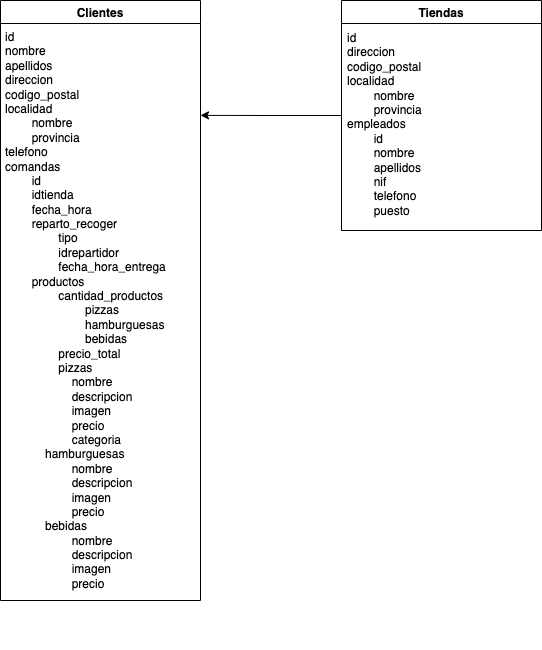
The draw.io diagram mongoDB-estructura/Nivell1/pizzeria_diagrama.png in eliashz/Sprint2-BasesDeDatos, before a commit. Source tidied: cells renumbered, new cells last; positions are measured from the earlier drawing's top-left corner, leaving out a move shared by most shapes. The source it was exported from:
```xml
<mxGraphModel>
  <root>
    <mxCell id="0" />
    <mxCell id="1" parent="0" />
    <mxCell id="2" value="Clientes" style="swimlane;" parent="1" vertex="1">
      <mxGeometry width="200" height="600" as="geometry" />
    </mxCell>
    <mxCell id="3" value="id&lt;br&gt;nombre&lt;br&gt;apellidos&lt;br&gt;direccion&lt;br&gt;codigo_postal&lt;br&gt;localidad&lt;br&gt;&lt;span style=&quot;white-space: pre;&quot;&gt;&#9;&lt;/span&gt;nombre&lt;br&gt;&lt;span style=&quot;white-space: pre;&quot;&gt;&#9;&lt;/span&gt;provincia&lt;br&gt;telefono&lt;br&gt;comandas&lt;br&gt;&lt;span style=&quot;white-space: pre;&quot;&gt;&#9;&lt;/span&gt;id&lt;br&gt;&lt;span style=&quot;white-space: pre;&quot;&gt;&#9;&lt;/span&gt;idtienda&lt;br&gt;&lt;span style=&quot;white-space: pre;&quot;&gt;&#9;&lt;/span&gt;fecha_hora&lt;br&gt;&lt;span style=&quot;white-space: pre;&quot;&gt;&#9;&lt;/span&gt;reparto_recoger&lt;br&gt;&lt;span style=&quot;white-space: pre;&quot;&gt;&#9;&lt;span style=&quot;white-space: pre;&quot;&gt;&#9;&lt;/span&gt;t&lt;/span&gt;ipo&lt;br&gt;&lt;span style=&quot;white-space: pre;&quot;&gt;&#9;&lt;/span&gt;&lt;span style=&quot;white-space: pre;&quot;&gt;&#9;&lt;/span&gt;idrepartidor&lt;br&gt;&lt;span style=&quot;white-space: pre;&quot;&gt;&#9;&lt;/span&gt;&lt;span style=&quot;white-space: pre;&quot;&gt;&#9;&lt;/span&gt;fecha_hora_entrega&lt;br&gt;&lt;span style=&quot;background-color: initial;&quot;&gt;&lt;span style=&quot;white-space: pre;&quot;&gt;&#9;&lt;/span&gt;productos&lt;br&gt;&lt;/span&gt;&lt;span style=&quot;background-color: initial;&quot;&gt;&lt;span style=&quot;white-space: pre;&quot;&gt;&#9;&lt;/span&gt;&lt;span style=&quot;white-space: pre;&quot;&gt;&#9;&lt;/span&gt;cantidad_productos&lt;br&gt;&lt;span style=&quot;white-space: pre;&quot;&gt;&#9;&lt;/span&gt;&lt;span style=&quot;white-space: pre;&quot;&gt;&#9;&lt;/span&gt;&lt;span style=&quot;white-space: pre;&quot;&gt;&#9;&lt;/span&gt;pizzas&lt;br&gt;&lt;span style=&quot;white-space: pre;&quot;&gt;&#9;&lt;/span&gt;&lt;span style=&quot;white-space: pre;&quot;&gt;&#9;&lt;/span&gt;&lt;span style=&quot;white-space: pre;&quot;&gt;&#9;&lt;/span&gt;hamburguesas&lt;br&gt;&lt;span style=&quot;white-space: pre;&quot;&gt;&#9;&lt;/span&gt;&lt;span style=&quot;white-space: pre;&quot;&gt;&#9;&lt;/span&gt;&lt;span style=&quot;white-space: pre;&quot;&gt;&#9;&lt;/span&gt;bebidas&lt;br&gt;&lt;span style=&quot;white-space: pre;&quot;&gt;&#9;&lt;/span&gt;&lt;span style=&quot;white-space: pre;&quot;&gt;&#9;&lt;/span&gt;precio_total&lt;br&gt;&lt;span style=&quot;white-space: pre;&quot;&gt;&#9;&lt;span style=&quot;white-space: pre;&quot;&gt;&#9;&lt;/span&gt;&lt;/span&gt;pizzas&lt;/span&gt;&lt;span style=&quot;background-color: initial;&quot;&gt;&lt;br&gt;&lt;/span&gt;&lt;blockquote style=&quot;margin: 0 0 0 40px; border: none; padding: 0px;&quot;&gt;&lt;span style=&quot;white-space: pre;&quot;&gt;&#9;n&lt;/span&gt;ombre&lt;/blockquote&gt;&lt;blockquote style=&quot;margin: 0 0 0 40px; border: none; padding: 0px;&quot;&gt;&lt;span style=&quot;white-space: pre;&quot;&gt;&#9;&lt;/span&gt;descripcion&lt;br&gt;&lt;/blockquote&gt;&lt;blockquote style=&quot;margin: 0 0 0 40px; border: none; padding: 0px;&quot;&gt;&lt;span style=&quot;white-space: pre;&quot;&gt;&#9;&lt;/span&gt;imagen&lt;/blockquote&gt;&lt;blockquote style=&quot;margin: 0 0 0 40px; border: none; padding: 0px;&quot;&gt;&lt;span style=&quot;background-color: initial; white-space: pre;&quot;&gt;&#9;&lt;/span&gt;&lt;span style=&quot;background-color: initial;&quot;&gt;precio&lt;/span&gt;&lt;/blockquote&gt;&lt;blockquote style=&quot;margin: 0 0 0 40px; border: none; padding: 0px;&quot;&gt;&lt;span style=&quot;white-space: pre;&quot;&gt;&#9;&lt;/span&gt;categoria&lt;br&gt;&lt;/blockquote&gt;&lt;blockquote style=&quot;margin: 0 0 0 40px; border: none; padding: 0px;&quot;&gt;hamburguesas&lt;/blockquote&gt;&lt;blockquote style=&quot;margin: 0 0 0 40px; border: none; padding: 0px;&quot;&gt;&lt;span style=&quot;white-space: pre;&quot;&gt;&#9;&lt;/span&gt;nombre&lt;br&gt;&lt;/blockquote&gt;&lt;blockquote style=&quot;margin: 0 0 0 40px; border: none; padding: 0px;&quot;&gt;&lt;span style=&quot;white-space: pre;&quot;&gt;&#9;&lt;/span&gt;descripcion&lt;br&gt;&lt;/blockquote&gt;&lt;blockquote style=&quot;margin: 0 0 0 40px; border: none; padding: 0px;&quot;&gt;&lt;span style=&quot;white-space: pre;&quot;&gt;&#9;&lt;/span&gt;imagen&lt;br&gt;&lt;/blockquote&gt;&lt;blockquote style=&quot;margin: 0 0 0 40px; border: none; padding: 0px;&quot;&gt;&lt;span style=&quot;white-space: pre;&quot;&gt;&#9;&lt;/span&gt;precio&lt;br&gt;&lt;/blockquote&gt;&lt;blockquote style=&quot;margin: 0 0 0 40px; border: none; padding: 0px;&quot;&gt;bebidas&lt;/blockquote&gt;&lt;blockquote style=&quot;margin: 0 0 0 40px; border: none; padding: 0px;&quot;&gt;&lt;span style=&quot;white-space: pre;&quot;&gt;&#9;&lt;/span&gt;nombre&lt;/blockquote&gt;&lt;blockquote style=&quot;margin: 0 0 0 40px; border: none; padding: 0px;&quot;&gt;&lt;span style=&quot;white-space: pre;&quot;&gt;&#9;&lt;/span&gt;descripcion&lt;/blockquote&gt;&lt;blockquote style=&quot;margin: 0 0 0 40px; border: none; padding: 0px;&quot;&gt;&lt;span style=&quot;white-space: pre;&quot;&gt;&#9;&lt;/span&gt;imagen&lt;/blockquote&gt;&lt;blockquote style=&quot;margin: 0 0 0 40px; border: none; padding: 0px;&quot;&gt;&lt;span style=&quot;white-space: pre;&quot;&gt;&#9;&lt;/span&gt;precio&lt;br&gt;&lt;br&gt;&lt;/blockquote&gt;&lt;span style=&quot;white-space: pre;&quot;&gt;&lt;span style=&quot;white-space: pre;&quot;&gt;&#9;&lt;/span&gt;&#9;&lt;/span&gt;&lt;span style=&quot;white-space: pre;&quot;&gt;&#9;&lt;/span&gt;&lt;br&gt;&lt;span style=&quot;white-space: pre;&quot;&gt;&#9;&lt;/span&gt;&lt;br&gt;&lt;span style=&quot;white-space: pre;&quot;&gt;&#9;&lt;/span&gt;" style="text;html=1;strokeColor=none;fillColor=none;align=left;verticalAlign=top;whiteSpace=wrap;rounded=0;" parent="1" vertex="1">
      <mxGeometry x="3" y="23" width="200" height="476" as="geometry" />
    </mxCell>
    <mxCell id="4" style="edgeStyle=orthogonalEdgeStyle;rounded=0;jettySize=auto;html=1;entryX=1;entryY=0.193;entryDx=0;entryDy=0;entryPerimeter=0;" parent="1" edge="1" source="5">
      <mxGeometry relative="1" as="geometry">
        <mxPoint x="200" y="114.9" as="targetPoint" />
      </mxGeometry>
    </mxCell>
    <mxCell id="5" value="Tiendas" style="swimlane;" parent="1" vertex="1">
      <mxGeometry x="341" width="200" height="230" as="geometry" />
    </mxCell>
    <mxCell id="6" value="id&lt;br&gt;direccion&lt;br&gt;codigo_postal&lt;br&gt;localidad&lt;br&gt;&lt;span style=&quot;white-space: pre;&quot;&gt;&#9;&lt;/span&gt;nombre&lt;br&gt;&lt;span style=&quot;white-space: pre;&quot;&gt;&#9;&lt;/span&gt;provincia&lt;br&gt;empleados&lt;br&gt;&lt;span style=&quot;white-space: pre;&quot;&gt;&#9;&lt;/span&gt;id&lt;br&gt;&lt;span style=&quot;white-space: pre;&quot;&gt;&#9;&lt;/span&gt;nombre&lt;br&gt;&lt;span style=&quot;white-space: pre;&quot;&gt;&#9;&lt;/span&gt;apellidos&lt;br&gt;&lt;span style=&quot;white-space: pre;&quot;&gt;&#9;&lt;/span&gt;nif&lt;br&gt;&lt;span style=&quot;white-space: pre;&quot;&gt;&#9;&lt;/span&gt;telefono&lt;br&gt;&lt;span style=&quot;white-space: pre;&quot;&gt;&#9;&lt;/span&gt;puesto" style="text;html=1;strokeColor=none;fillColor=none;align=left;verticalAlign=top;whiteSpace=wrap;rounded=0;" parent="5" vertex="1">
      <mxGeometry x="4" y="24" width="196" height="206" as="geometry" />
    </mxCell>
  </root>
</mxGraphModel>
```
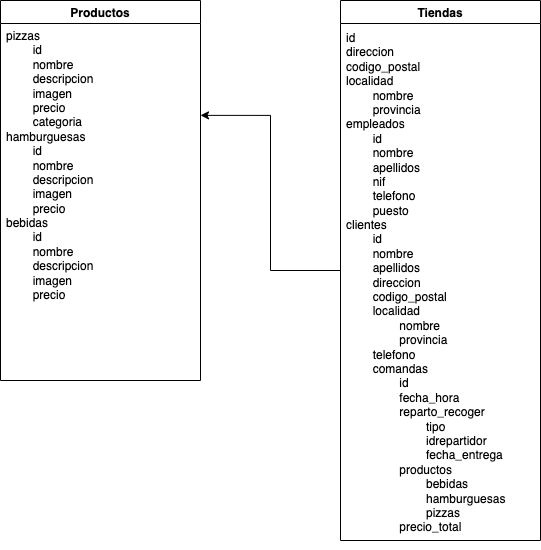
Later version of the same file.

Commit message:
pizzeria mongodb v2

Diff of the diagram source:
```diff
@@ -2,11 +2,11 @@
   <root>
     <mxCell id="0" />
     <mxCell id="1" parent="0" />
-    <mxCell id="2" value="Clientes" style="swimlane;" parent="1" vertex="1">
-      <mxGeometry width="200" height="600" as="geometry" />
+    <mxCell id="2" value="Productos" style="swimlane;" parent="1" vertex="1">
+      <mxGeometry width="200" height="380" as="geometry" />
     </mxCell>
-    <mxCell id="3" value="id&lt;br&gt;nombre&lt;br&gt;apellidos&lt;br&gt;direccion&lt;br&gt;codigo_postal&lt;br&gt;localidad&lt;br&gt;&lt;span style=&quot;white-space: pre;&quot;&gt;&#9;&lt;/span&gt;nombre&lt;br&gt;&lt;span style=&quot;white-space: pre;&quot;&gt;&#9;&lt;/span&gt;provincia&lt;br&gt;telefono&lt;br&gt;comandas&lt;br&gt;&lt;span style=&quot;white-space: pre;&quot;&gt;&#9;&lt;/span&gt;id&lt;br&gt;&lt;span style=&quot;white-space: pre;&quot;&gt;&#9;&lt;/span&gt;idtienda&lt;br&gt;&lt;span style=&quot;white-space: pre;&quot;&gt;&#9;&lt;/span&gt;fecha_hora&lt;br&gt;&lt;span style=&quot;white-space: pre;&quot;&gt;&#9;&lt;/span&gt;reparto_recoger&lt;br&gt;&lt;span style=&quot;white-space: pre;&quot;&gt;&#9;&lt;span style=&quot;white-space: pre;&quot;&gt;&#9;&lt;/span&gt;t&lt;/span&gt;ipo&lt;br&gt;&lt;span style=&quot;white-space: pre;&quot;&gt;&#9;&lt;/span&gt;&lt;span style=&quot;white-space: pre;&quot;&gt;&#9;&lt;/span&gt;idrepartidor&lt;br&gt;&lt;span style=&quot;white-space: pre;&quot;&gt;&#9;&lt;/span&gt;&lt;span style=&quot;white-space: pre;&quot;&gt;&#9;&lt;/span&gt;fecha_hora_entrega&lt;br&gt;&lt;span style=&quot;background-color: initial;&quot;&gt;&lt;span style=&quot;white-space: pre;&quot;&gt;&#9;&lt;/span&gt;productos&lt;br&gt;&lt;/span&gt;&lt;span style=&quot;background-color: initial;&quot;&gt;&lt;span style=&quot;white-space: pre;&quot;&gt;&#9;&lt;/span&gt;&lt;span style=&quot;white-space: pre;&quot;&gt;&#9;&lt;/span&gt;cantidad_productos&lt;br&gt;&lt;span style=&quot;white-space: pre;&quot;&gt;&#9;&lt;/span&gt;&lt;span style=&quot;white-space: pre;&quot;&gt;&#9;&lt;/span&gt;&lt;span style=&quot;white-space: pre;&quot;&gt;&#9;&lt;/span&gt;pizzas&lt;br&gt;&lt;span style=&quot;white-space: pre;&quot;&gt;&#9;&lt;/span&gt;&lt;span style=&quot;white-space: pre;&quot;&gt;&#9;&lt;/span&gt;&lt;span style=&quot;white-space: pre;&quot;&gt;&#9;&lt;/span&gt;hamburguesas&lt;br&gt;&lt;span style=&quot;white-space: pre;&quot;&gt;&#9;&lt;/span&gt;&lt;span style=&quot;white-space: pre;&quot;&gt;&#9;&lt;/span&gt;&lt;span style=&quot;white-space: pre;&quot;&gt;&#9;&lt;/span&gt;bebidas&lt;br&gt;&lt;span style=&quot;white-space: pre;&quot;&gt;&#9;&lt;/span&gt;&lt;span style=&quot;white-space: pre;&quot;&gt;&#9;&lt;/span&gt;precio_total&lt;br&gt;&lt;span style=&quot;white-space: pre;&quot;&gt;&#9;&lt;span style=&quot;white-space: pre;&quot;&gt;&#9;&lt;/span&gt;&lt;/span&gt;pizzas&lt;/span&gt;&lt;span style=&quot;background-color: initial;&quot;&gt;&lt;br&gt;&lt;/span&gt;&lt;blockquote style=&quot;margin: 0 0 0 40px; border: none; padding: 0px;&quot;&gt;&lt;span style=&quot;white-space: pre;&quot;&gt;&#9;n&lt;/span&gt;ombre&lt;/blockquote&gt;&lt;blockquote style=&quot;margin: 0 0 0 40px; border: none; padding: 0px;&quot;&gt;&lt;span style=&quot;white-space: pre;&quot;&gt;&#9;&lt;/span&gt;descripcion&lt;br&gt;&lt;/blockquote&gt;&lt;blockquote style=&quot;margin: 0 0 0 40px; border: none; padding: 0px;&quot;&gt;&lt;span style=&quot;white-space: pre;&quot;&gt;&#9;&lt;/span&gt;imagen&lt;/blockquote&gt;&lt;blockquote style=&quot;margin: 0 0 0 40px; border: none; padding: 0px;&quot;&gt;&lt;span style=&quot;background-color: initial; white-space: pre;&quot;&gt;&#9;&lt;/span&gt;&lt;span style=&quot;background-color: initial;&quot;&gt;precio&lt;/span&gt;&lt;/blockquote&gt;&lt;blockquote style=&quot;margin: 0 0 0 40px; border: none; padding: 0px;&quot;&gt;&lt;span style=&quot;white-space: pre;&quot;&gt;&#9;&lt;/span&gt;categoria&lt;br&gt;&lt;/blockquote&gt;&lt;blockquote style=&quot;margin: 0 0 0 40px; border: none; padding: 0px;&quot;&gt;hamburguesas&lt;/blockquote&gt;&lt;blockquote style=&quot;margin: 0 0 0 40px; border: none; padding: 0px;&quot;&gt;&lt;span style=&quot;white-space: pre;&quot;&gt;&#9;&lt;/span&gt;nombre&lt;br&gt;&lt;/blockquote&gt;&lt;blockquote style=&quot;margin: 0 0 0 40px; border: none; padding: 0px;&quot;&gt;&lt;span style=&quot;white-space: pre;&quot;&gt;&#9;&lt;/span&gt;descripcion&lt;br&gt;&lt;/blockquote&gt;&lt;blockquote style=&quot;margin: 0 0 0 40px; border: none; padding: 0px;&quot;&gt;&lt;span style=&quot;white-space: pre;&quot;&gt;&#9;&lt;/span&gt;imagen&lt;br&gt;&lt;/blockquote&gt;&lt;blockquote style=&quot;margin: 0 0 0 40px; border: none; padding: 0px;&quot;&gt;&lt;span style=&quot;white-space: pre;&quot;&gt;&#9;&lt;/span&gt;precio&lt;br&gt;&lt;/blockquote&gt;&lt;blockquote style=&quot;margin: 0 0 0 40px; border: none; padding: 0px;&quot;&gt;bebidas&lt;/blockquote&gt;&lt;blockquote style=&quot;margin: 0 0 0 40px; border: none; padding: 0px;&quot;&gt;&lt;span style=&quot;white-space: pre;&quot;&gt;&#9;&lt;/span&gt;nombre&lt;/blockquote&gt;&lt;blockquote style=&quot;margin: 0 0 0 40px; border: none; padding: 0px;&quot;&gt;&lt;span style=&quot;white-space: pre;&quot;&gt;&#9;&lt;/span&gt;descripcion&lt;/blockquote&gt;&lt;blockquote style=&quot;margin: 0 0 0 40px; border: none; padding: 0px;&quot;&gt;&lt;span style=&quot;white-space: pre;&quot;&gt;&#9;&lt;/span&gt;imagen&lt;/blockquote&gt;&lt;blockquote style=&quot;margin: 0 0 0 40px; border: none; padding: 0px;&quot;&gt;&lt;span style=&quot;white-space: pre;&quot;&gt;&#9;&lt;/span&gt;precio&lt;br&gt;&lt;br&gt;&lt;/blockquote&gt;&lt;span style=&quot;white-space: pre;&quot;&gt;&lt;span style=&quot;white-space: pre;&quot;&gt;&#9;&lt;/span&gt;&#9;&lt;/span&gt;&lt;span style=&quot;white-space: pre;&quot;&gt;&#9;&lt;/span&gt;&lt;br&gt;&lt;span style=&quot;white-space: pre;&quot;&gt;&#9;&lt;/span&gt;&lt;br&gt;&lt;span style=&quot;white-space: pre;&quot;&gt;&#9;&lt;/span&gt;" style="text;html=1;strokeColor=none;fillColor=none;align=left;verticalAlign=top;whiteSpace=wrap;rounded=0;" parent="1" vertex="1">
-      <mxGeometry x="3" y="23" width="200" height="476" as="geometry" />
+    <mxCell id="3" value="&lt;span style=&quot;background-color: initial;&quot;&gt;pizzas&lt;br&gt;&lt;/span&gt;&lt;span style=&quot;background-color: initial;&quot;&gt;&lt;span style=&quot;white-space: pre;&quot;&gt;&#9;&lt;/span&gt;id&lt;br&gt;&lt;/span&gt;&lt;span style=&quot;white-space: pre;&quot;&gt;&#9;n&lt;/span&gt;ombre&lt;br&gt;&lt;span style=&quot;white-space: pre;&quot;&gt;&#9;&lt;/span&gt;descripcion&lt;br&gt;&lt;blockquote style=&quot;margin: 0 0 0 40px; border: none; padding: 0px;&quot;&gt;&lt;/blockquote&gt;&lt;span style=&quot;background-color: initial; white-space: pre;&quot;&gt;&#9;&lt;/span&gt;&lt;span style=&quot;background-color: initial;&quot;&gt;imagen&lt;br&gt;&lt;/span&gt;&lt;span style=&quot;background-color: initial; white-space: pre;&quot;&gt;&#9;&lt;/span&gt;&lt;span style=&quot;background-color: initial;&quot;&gt;precio&lt;br&gt;&lt;/span&gt;&lt;span style=&quot;white-space: pre;&quot;&gt;&#9;&lt;/span&gt;categoria&lt;br&gt;&lt;span style=&quot;background-color: initial;&quot;&gt;hamburguesas&lt;br&gt;&lt;/span&gt;&lt;span style=&quot;white-space: pre;&quot;&gt;&#9;&lt;/span&gt;id&lt;br&gt;&lt;span style=&quot;white-space: pre;&quot;&gt;&#9;&lt;/span&gt;nombre&lt;br&gt;&lt;blockquote style=&quot;margin: 0 0 0 40px; border: none; padding: 0px;&quot;&gt;&lt;/blockquote&gt;&lt;span style=&quot;background-color: initial; white-space: pre;&quot;&gt;&#9;&lt;/span&gt;&lt;span style=&quot;background-color: initial;&quot;&gt;descripcion&lt;br&gt;&lt;/span&gt;&lt;span style=&quot;white-space: pre;&quot;&gt;&#9;&lt;/span&gt;imagen&lt;br&gt;&lt;blockquote style=&quot;margin: 0 0 0 40px; border: none; padding: 0px;&quot;&gt;&lt;/blockquote&gt;&lt;span style=&quot;background-color: initial; white-space: pre;&quot;&gt;&#9;&lt;/span&gt;&lt;span style=&quot;background-color: initial;&quot;&gt;precio&lt;br&gt;&lt;/span&gt;bebidas&lt;br&gt;&lt;span style=&quot;white-space: pre;&quot;&gt;&lt;span style=&quot;white-space: pre;&quot;&gt;&lt;span style=&quot;white-space: pre;&quot;&gt;&#9;&lt;/span&gt;id&#9;&lt;/span&gt;&lt;br/&gt;&#9;&lt;/span&gt;nombre&lt;br&gt;&lt;span style=&quot;white-space: pre;&quot;&gt;&#9;&lt;/span&gt;descripcion&lt;br&gt;&lt;span style=&quot;white-space: pre;&quot;&gt;&#9;&lt;/span&gt;imagen&lt;blockquote style=&quot;margin: 0 0 0 40px; border: none; padding: 0px;&quot;&gt;&lt;/blockquote&gt;&lt;span style=&quot;background-color: initial; white-space: pre;&quot;&gt;&#9;&lt;/span&gt;&lt;span style=&quot;background-color: initial;&quot;&gt;precio&lt;/span&gt;&lt;br&gt;&lt;blockquote style=&quot;margin: 0 0 0 40px; border: none; padding: 0px;&quot;&gt;&lt;br&gt;&lt;/blockquote&gt;&lt;span style=&quot;white-space: pre;&quot;&gt;&lt;span style=&quot;white-space: pre;&quot;&gt;&#9;&lt;/span&gt;&#9;&lt;/span&gt;&lt;span style=&quot;white-space: pre;&quot;&gt;&#9;&lt;/span&gt;&lt;br&gt;&lt;span style=&quot;white-space: pre;&quot;&gt;&#9;&lt;/span&gt;&lt;br&gt;&lt;span style=&quot;white-space: pre;&quot;&gt;&#9;&lt;/span&gt;" style="text;html=1;strokeColor=none;fillColor=none;align=left;verticalAlign=top;whiteSpace=wrap;rounded=0;" parent="1" vertex="1">
+      <mxGeometry x="4" y="22" width="200" height="258" as="geometry" />
     </mxCell>
     <mxCell id="4" style="edgeStyle=orthogonalEdgeStyle;rounded=0;jettySize=auto;html=1;entryX=1;entryY=0.193;entryDx=0;entryDy=0;entryPerimeter=0;" parent="1" edge="1" source="5">
       <mxGeometry relative="1" as="geometry">
@@ -14,10 +14,10 @@
       </mxGeometry>
     </mxCell>
     <mxCell id="5" value="Tiendas" style="swimlane;" parent="1" vertex="1">
-      <mxGeometry x="341" width="200" height="230" as="geometry" />
+      <mxGeometry x="340" width="200" height="540" as="geometry" />
     </mxCell>
-    <mxCell id="6" value="id&lt;br&gt;direccion&lt;br&gt;codigo_postal&lt;br&gt;localidad&lt;br&gt;&lt;span style=&quot;white-space: pre;&quot;&gt;&#9;&lt;/span&gt;nombre&lt;br&gt;&lt;span style=&quot;white-space: pre;&quot;&gt;&#9;&lt;/span&gt;provincia&lt;br&gt;empleados&lt;br&gt;&lt;span style=&quot;white-space: pre;&quot;&gt;&#9;&lt;/span&gt;id&lt;br&gt;&lt;span style=&quot;white-space: pre;&quot;&gt;&#9;&lt;/span&gt;nombre&lt;br&gt;&lt;span style=&quot;white-space: pre;&quot;&gt;&#9;&lt;/span&gt;apellidos&lt;br&gt;&lt;span style=&quot;white-space: pre;&quot;&gt;&#9;&lt;/span&gt;nif&lt;br&gt;&lt;span style=&quot;white-space: pre;&quot;&gt;&#9;&lt;/span&gt;telefono&lt;br&gt;&lt;span style=&quot;white-space: pre;&quot;&gt;&#9;&lt;/span&gt;puesto" style="text;html=1;strokeColor=none;fillColor=none;align=left;verticalAlign=top;whiteSpace=wrap;rounded=0;" parent="5" vertex="1">
-      <mxGeometry x="4" y="24" width="196" height="206" as="geometry" />
+    <mxCell id="6" value="id&lt;br&gt;direccion&lt;br&gt;codigo_postal&lt;br&gt;localidad&lt;br&gt;&lt;span style=&quot;white-space: pre;&quot;&gt;&#9;&lt;/span&gt;nombre&lt;br&gt;&lt;span style=&quot;white-space: pre;&quot;&gt;&#9;&lt;/span&gt;provincia&lt;br&gt;empleados&lt;br&gt;&lt;span style=&quot;white-space: pre;&quot;&gt;&#9;&lt;/span&gt;id&lt;br&gt;&lt;span style=&quot;white-space: pre;&quot;&gt;&#9;&lt;/span&gt;nombre&lt;br&gt;&lt;span style=&quot;white-space: pre;&quot;&gt;&#9;&lt;/span&gt;apellidos&lt;br&gt;&lt;span style=&quot;white-space: pre;&quot;&gt;&#9;&lt;/span&gt;nif&lt;br&gt;&lt;span style=&quot;white-space: pre;&quot;&gt;&#9;&lt;/span&gt;telefono&lt;br&gt;&lt;span style=&quot;white-space: pre;&quot;&gt;&#9;&lt;/span&gt;puesto&lt;br&gt;clientes&lt;br&gt;&lt;span style=&quot;white-space: pre;&quot;&gt;&#9;&lt;/span&gt;id&amp;nbsp;&lt;br&gt;&lt;span style=&quot;white-space: pre;&quot;&gt;&#9;&lt;/span&gt;nombre&lt;br&gt;&lt;span style=&quot;white-space: pre;&quot;&gt;&#9;&lt;/span&gt;apellidos&lt;br&gt;&lt;span style=&quot;white-space: pre;&quot;&gt;&#9;&lt;/span&gt;direccion&lt;br&gt;&lt;span style=&quot;white-space: pre;&quot;&gt;&#9;&lt;/span&gt;codigo_postal&lt;br&gt;&lt;span style=&quot;white-space: pre;&quot;&gt;&#9;&lt;/span&gt;localidad&lt;br&gt;&lt;span style=&quot;white-space: pre;&quot;&gt;&#9;&lt;/span&gt;&lt;span style=&quot;white-space: pre;&quot;&gt;&#9;&lt;/span&gt;nombre&lt;br&gt;&lt;span style=&quot;white-space: pre;&quot;&gt;&#9;&lt;/span&gt;&lt;span style=&quot;white-space: pre;&quot;&gt;&#9;&lt;/span&gt;provincia&lt;br&gt;&lt;span style=&quot;white-space: pre;&quot;&gt;&#9;&lt;/span&gt;telefono&lt;br&gt;&lt;span style=&quot;white-space: pre;&quot;&gt;&#9;&lt;/span&gt;comandas&lt;br&gt;&lt;span style=&quot;white-space: pre;&quot;&gt;&#9;&lt;/span&gt;&lt;span style=&quot;white-space: pre;&quot;&gt;&#9;&lt;/span&gt;id&lt;br&gt;&lt;span style=&quot;white-space: pre;&quot;&gt;&#9;&lt;/span&gt;&lt;span style=&quot;white-space: pre;&quot;&gt;&#9;&lt;/span&gt;fecha_hora&lt;br&gt;&lt;span style=&quot;white-space: pre;&quot;&gt;&#9;&lt;/span&gt;&lt;span style=&quot;white-space: pre;&quot;&gt;&#9;&lt;/span&gt;reparto_recoger&lt;br&gt;&lt;span style=&quot;white-space: pre;&quot;&gt;&#9;&lt;/span&gt;&lt;span style=&quot;white-space: pre;&quot;&gt;&#9;&lt;/span&gt;&lt;span style=&quot;white-space: pre;&quot;&gt;&#9;&lt;/span&gt;tipo&lt;br&gt;&lt;span style=&quot;white-space: pre;&quot;&gt;&#9;&lt;/span&gt;&lt;span style=&quot;white-space: pre;&quot;&gt;&#9;&lt;/span&gt;&lt;span style=&quot;white-space: pre;&quot;&gt;&#9;&lt;/span&gt;idrepartidor&lt;br&gt;&lt;span style=&quot;white-space: pre;&quot;&gt;&#9;&lt;/span&gt;&lt;span style=&quot;white-space: pre;&quot;&gt;&#9;&lt;/span&gt;&lt;span style=&quot;white-space: pre;&quot;&gt;&#9;&lt;/span&gt;fecha_entrega&lt;br&gt;&lt;span style=&quot;white-space: pre;&quot;&gt;&#9;&lt;/span&gt;&lt;span style=&quot;white-space: pre;&quot;&gt;&#9;&lt;/span&gt;productos&lt;br&gt;&lt;span style=&quot;white-space: pre;&quot;&gt;&#9;&lt;/span&gt;&lt;span style=&quot;white-space: pre;&quot;&gt;&#9;&lt;/span&gt;&lt;span style=&quot;white-space: pre;&quot;&gt;&#9;&lt;/span&gt;bebidas&lt;br&gt;&lt;span style=&quot;white-space: pre;&quot;&gt;&#9;&lt;/span&gt;&lt;span style=&quot;white-space: pre;&quot;&gt;&#9;&lt;/span&gt;&lt;span style=&quot;white-space: pre;&quot;&gt;&#9;&lt;/span&gt;hamburguesas&lt;br&gt;&lt;span style=&quot;white-space: pre;&quot;&gt;&#9;&lt;/span&gt;&lt;span style=&quot;white-space: pre;&quot;&gt;&#9;&lt;/span&gt;&lt;span style=&quot;white-space: pre;&quot;&gt;&#9;&lt;/span&gt;pizzas&lt;br&gt;&lt;span style=&quot;white-space: pre;&quot;&gt;&#9;&lt;/span&gt;&lt;span style=&quot;white-space: pre;&quot;&gt;&#9;&lt;/span&gt;precio_total&lt;br&gt;&lt;span style=&quot;white-space: pre;&quot;&gt;&#9;&lt;/span&gt;&lt;span style=&quot;white-space: pre;&quot;&gt;&#9;&lt;/span&gt;&lt;span style=&quot;white-space: pre;&quot;&gt;&#9;&lt;/span&gt;" style="text;html=1;strokeColor=none;fillColor=none;align=left;verticalAlign=top;whiteSpace=wrap;rounded=0;" parent="5" vertex="1">
+      <mxGeometry x="4" y="24" width="196" height="486" as="geometry" />
     </mxCell>
   </root>
 </mxGraphModel>
```
